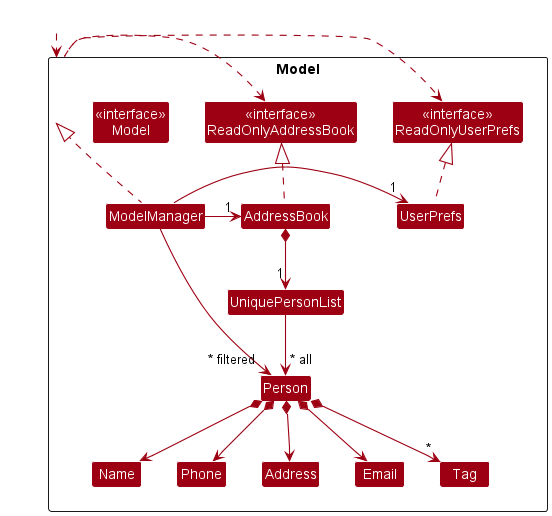
Earlier version of the PlantUML export docs/diagrams/ModelClassDiagram.png (nus-cs2103-AY2223S2/tp).
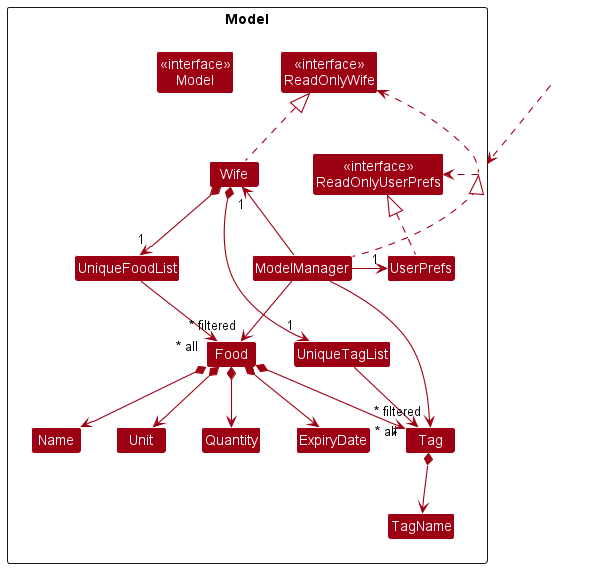
After the change.

Change to the diagram source:
```diff
@@ -5,46 +5,51 @@
 skinparam classBackgroundColor MODEL_COLOR
 
 Package Model <<Rectangle>>{
-Class "<<interface>>\nReadOnlyAddressBook" as ReadOnlyAddressBook
+Class "<<interface>>\nReadOnlyWife" as ReadOnlyWife
 Class "<<interface>>\nReadOnlyUserPrefs" as ReadOnlyUserPrefs
 Class "<<interface>>\nModel" as Model
-Class AddressBook
+Class Wife
 Class ModelManager
 Class UserPrefs
 
-Class UniquePersonList
-Class Person
-Class Address
-Class Email
-Class Name
-Class Phone
+Class UniqueFoodList
+class UniqueTagList
+Class Food
+class Name
+Class Unit
+Class Quantity
+Class ExpiryDate
 Class Tag
-
+class TagName
 }
 
 Class HiddenOutside #FFFFFF
 HiddenOutside ..> Model
 
-AddressBook .up.|> ReadOnlyAddressBook
+Wife .up.|> ReadOnlyWife
 
 ModelManager .up.|> Model
 Model .right.> ReadOnlyUserPrefs
-Model .left.> ReadOnlyAddressBook
-ModelManager -left-> "1" AddressBook
+Model .left.> ReadOnlyWife
+ModelManager -left-> "1" Wife
 ModelManager -right-> "1" UserPrefs
 UserPrefs .up.|> ReadOnlyUserPrefs
 
-AddressBook *--> "1" UniquePersonList
-UniquePersonList --> "~* all" Person
-Person *--> Name
-Person *--> Phone
-Person *--> Email
-Person *--> Address
-Person *--> "*" Tag
+Wife *--> "1" UniqueFoodList
+Wife *--> "1" UniqueTagList
+UniqueFoodList --> "~* all" Food
+UniqueTagList --> "~* all" Tag
+Food *--> Name
+Food *--> Unit
+Food *--> Quantity
+Food *--> ExpiryDate
+Food *--> "*" Tag
+Tag *--> TagName
 
-Name -[hidden]right-> Phone
-Phone -[hidden]right-> Address
-Address -[hidden]right-> Email
+Name -[hidden]right-> Unit
+Unit -[hidden]right-> Quantity
+Quantity -[hidden]right-> ExpiryDate
 
-ModelManager -->"~* filtered" Person
+ModelManager -->"~* filtered" Food
+ModelManager -->"~* filtered" Tag
 @enduml
```
